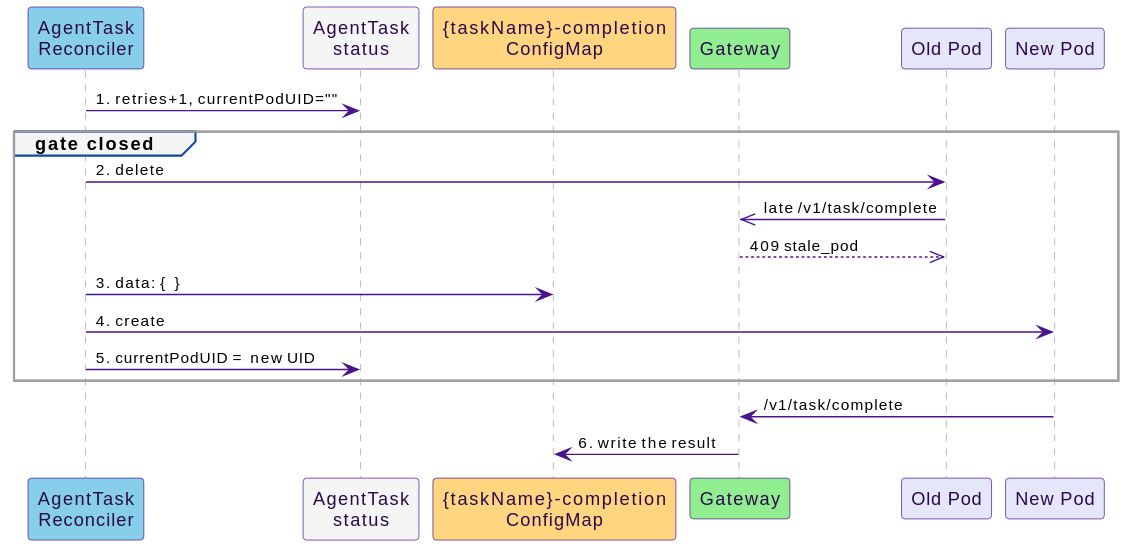
Earlier version of the PlantUML export docs/src/diagrams/task-retry-race.svg (win07xp/kaalm).
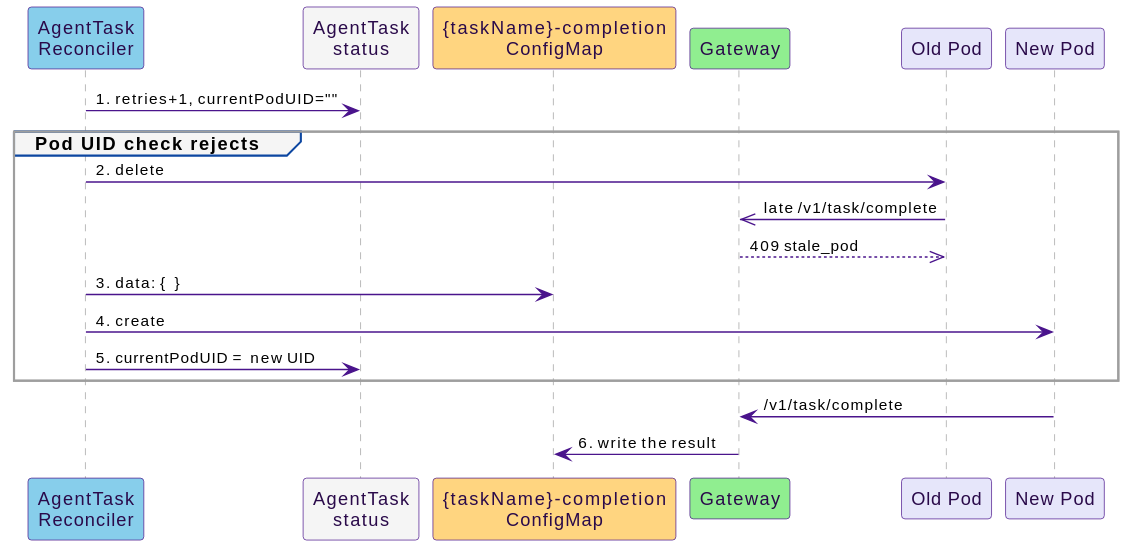
After the commit.

Change to the diagram source:
```diff
@@ -9,7 +9,7 @@
 participant "New Pod" as NP
 
 R -> S : 1. retries+1, currentPodUID=""
-group gate closed
+group Pod UID check rejects
   R -> OP : 2. delete
   OP ->> G : late /v1/task/complete
   G -->> OP : 409 stale_pod
```
